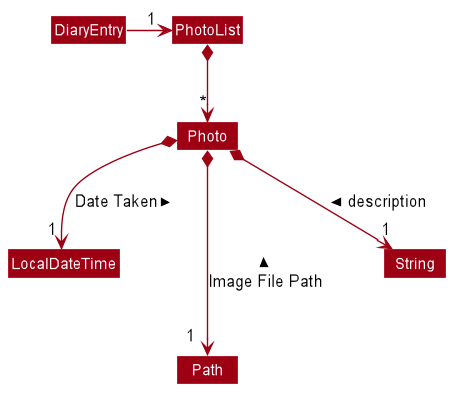
Before: docs/images/diary/DiaryPhotoModelClassDiagram.png, a diagram exported from PlantUML (nus-cs2103-AY1920S1/addressbook-level3).
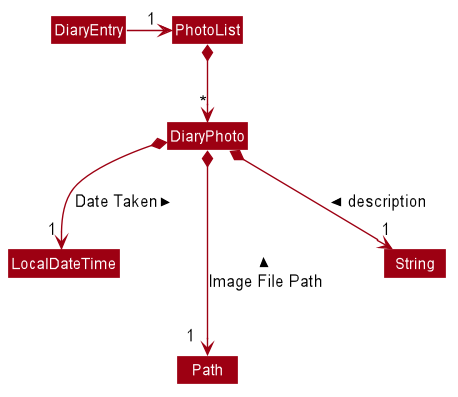
Above is the later version.

What changed in the source:
```diff
@@ -52,17 +52,17 @@
 skinparam classBackgroundColor #9D0012
 
 class PhotoList
-class Photo
+class DiaryPhoto
 class LocalDateTime
 class Path
 class String
 
 Class HiddenOutside #FFFFFF
 DiaryEntry -right-> "1 " PhotoList
-PhotoList *-down-> "*" Photo
+PhotoList *-down-> "*" DiaryPhoto
 
-Photo *--> "  1" LocalDateTime : Date Taken <
-Photo *---> "          1" Path : Image File Path <
-Photo *--> "                                                        1 " String : description <
+DiaryPhoto *--> "  1" LocalDateTime : Date Taken <
+DiaryPhoto *---> "          1" Path : Image File Path <
+DiaryPhoto *--> "                                                        1 " String : description <
 
 @enduml
```
